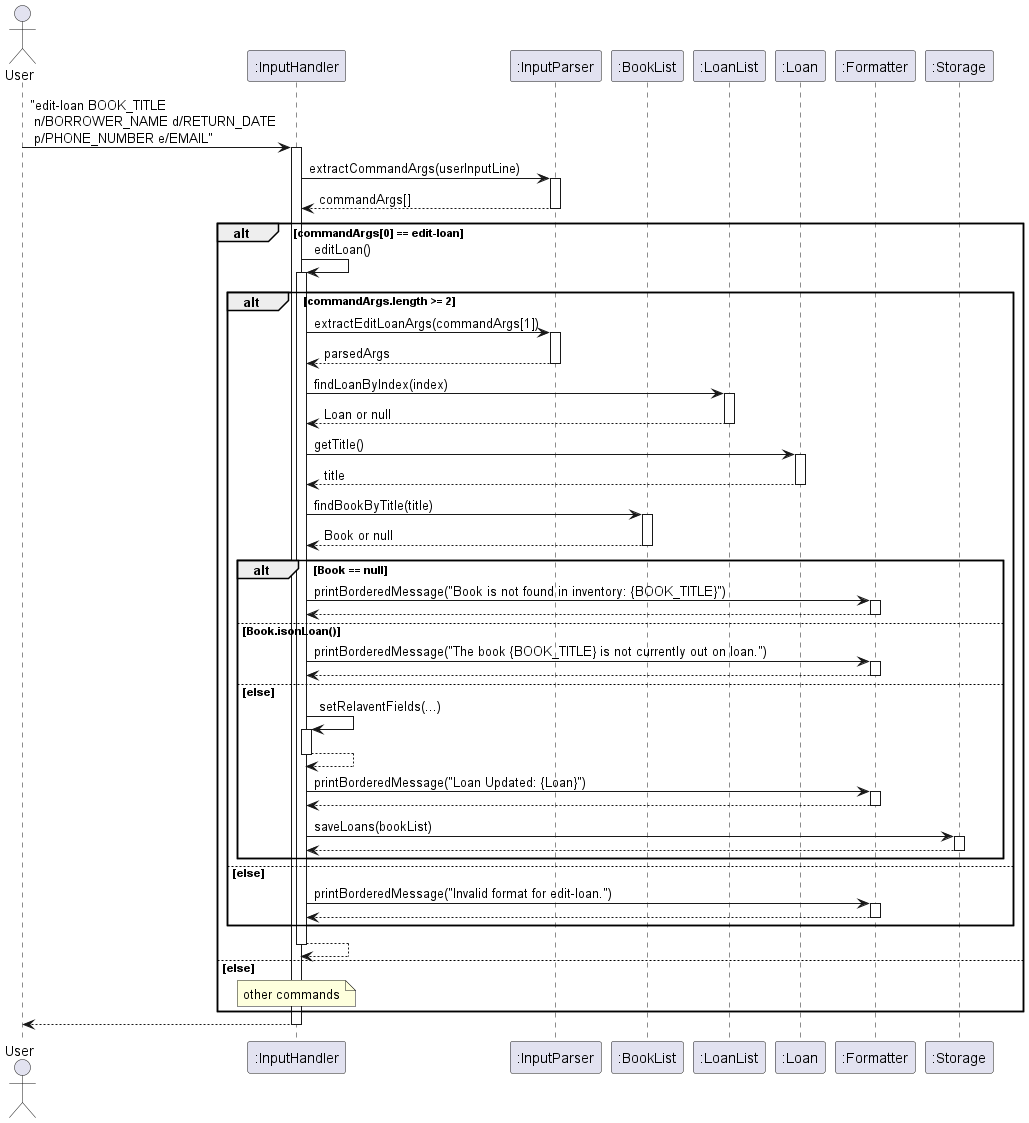
The PlantUML diagram docs/images/editLoan.png in AY2425S2-CS2113-T12-2/tp, before a commit.
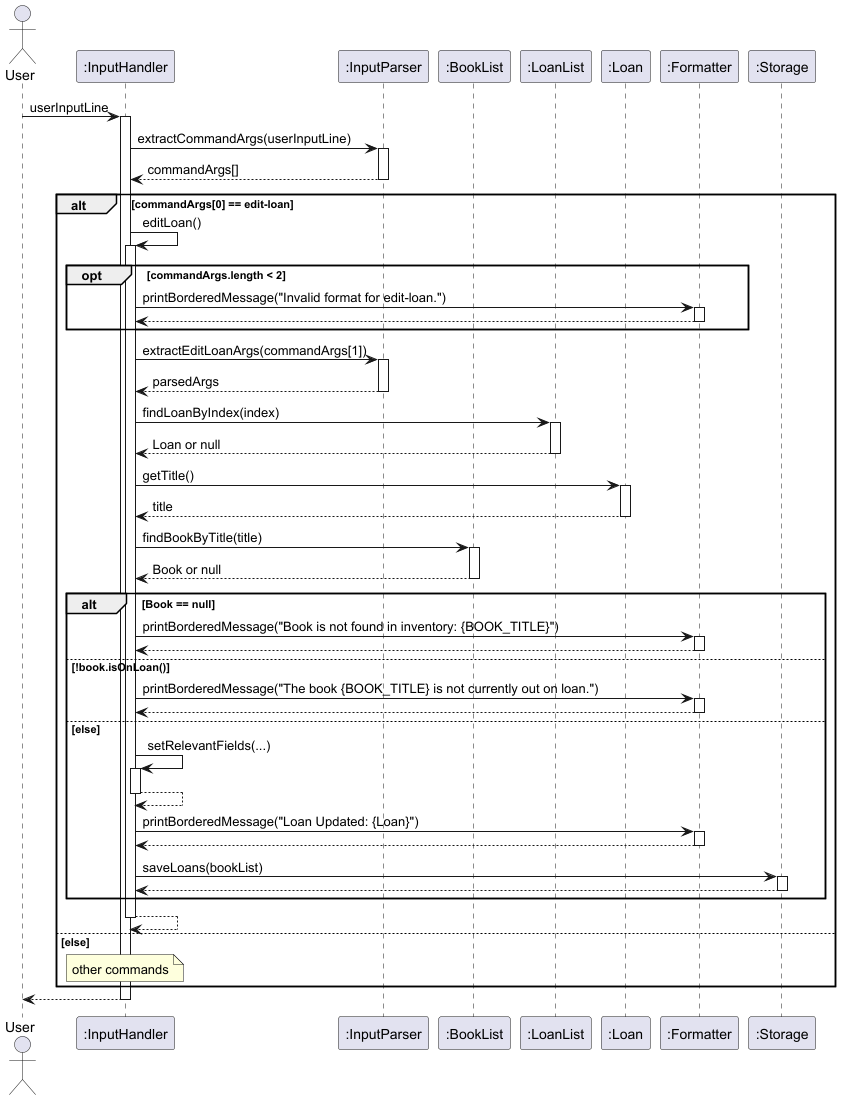
The same file after the commit.

Commit message:
fix incomplete integration of change to delete-loan to not require borrower name

Diff of the diagram source:
```diff
@@ -8,7 +8,7 @@
 participant Formatter as ":Formatter"
 participant Storage as ":Storage"
 
-User -> InputHandler: "edit-loan BOOK_TITLE \n n/BORROWER_NAME d/RETURN_DATE \n p/PHONE_NUMBER e/EMAIL"
+User -> InputHandler: userInputLine
 activate InputHandler
 
 InputHandler -> InputParser: extractCommandArgs(userInputLine)
@@ -21,30 +21,35 @@
     InputHandler -> InputHandler : editLoan()
     activate InputHandler
 
-    alt commandArgs.length >= 2
-        InputHandler -> InputParser: extractEditLoanArgs(commandArgs[1])
-        activate InputParser
+    opt commandArgs.length < 2
+        InputHandler -> Formatter: printBorderedMessage("Invalid format for edit-loan.")
+        activate Formatter
+        Formatter --> InputHandler
+        deactivate Formatter
+    end
+    InputHandler -> InputParser: extractEditLoanArgs(commandArgs[1])
+    activate InputParser
 
-        InputParser --> InputHandler: parsedArgs
-        deactivate InputParser
+    InputParser --> InputHandler: parsedArgs
+    deactivate InputParser
 
-        InputHandler -> LoanList: findLoanByIndex(index)
-        activate LoanList
+    InputHandler -> LoanList: findLoanByIndex(index)
+    activate LoanList
 
-        LoanList --> InputHandler: Loan or null
-        deactivate LoanList
+    LoanList --> InputHandler: Loan or null
+    deactivate LoanList
 
-        InputHandler -> Loan: getTitle()
-        activate Loan
+    InputHandler -> Loan: getTitle()
+    activate Loan
 
-        Loan --> InputHandler: title
-        deactivate Loan
+    Loan --> InputHandler: title
+    deactivate Loan
 
-        InputHandler -> BookList: findBookByTitle(title)
-        activate BookList
+    InputHandler -> BookList: findBookByTitle(title)
+    activate BookList
 
-        BookList --> InputHandler: Book or null
-        deactivate BookList
+    BookList --> InputHandler: Book or null
+    deactivate BookList
 
         alt Book == null
             InputHandler -> Formatter: printBorderedMessage("Book is not found in inventory: {BOOK_TITLE}")
@@ -52,14 +57,14 @@
             Formatter --> InputHandler
             deactivate Formatter
 
-        else Book.isonLoan()
+        else !book.isOnLoan()
             InputHandler -> Formatter: printBorderedMessage("The book {BOOK_TITLE} is not currently out on loan.")
             activate Formatter
             Formatter --> InputHandler
             deactivate Formatter
 
         else else
-            InputHandler -> InputHandler : setRelaventFields(...)
+            InputHandler -> InputHandler : setRelevantFields(...)
             activate InputHandler
             InputHandler --> InputHandler
             deactivate InputHandler
@@ -76,12 +81,6 @@
 
         end
 
-    else else
-        InputHandler -> Formatter: printBorderedMessage("Invalid format for edit-loan.")
-        activate Formatter
-        Formatter --> InputHandler
-        deactivate Formatter
-    end
 
 InputHandler --> InputHandler
 deactivate InputHandler
```
